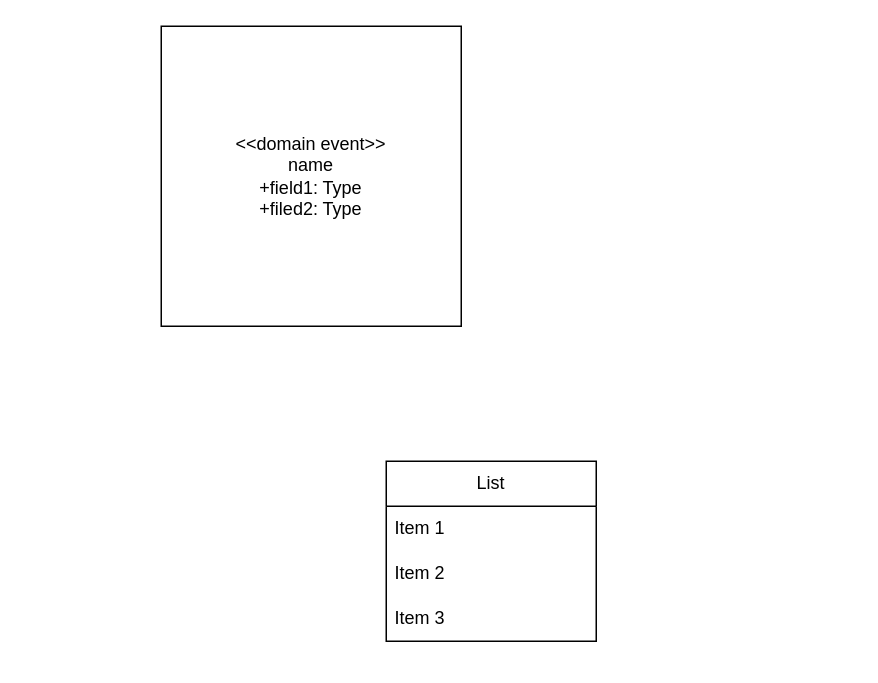
Before: draw/Untitled Diagram.drawio in owen9843owen/draw.io, a draw.io diagram. Source tidied: cells renumbered, new cells numbered last; positions are measured from the earlier drawing's top-left corner, leaving out a move shared by most shapes. Both pictures are drawn from the tidied source at 150%, with x=0, y=0 at pixel (160, 26).
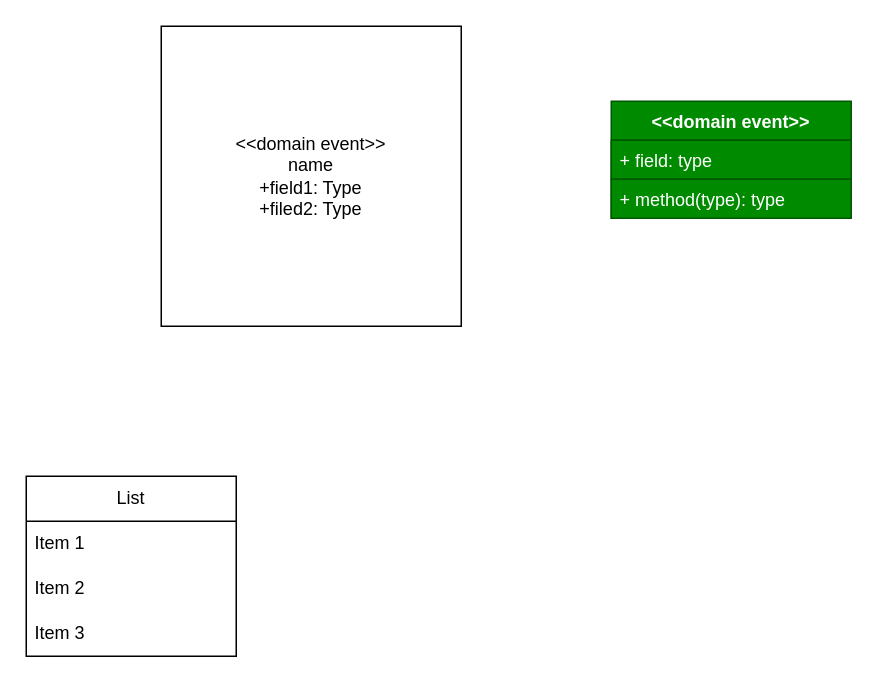
The same page after the edit.

Diff of the diagram source:
```diff
@@
 <mxGraphModel>
   <root>
     <mxCell id="0" />
     <mxCell id="1" parent="0" />
     <mxCell id="2" value="&amp;lt;&amp;lt;domain event&amp;gt;&amp;gt;&lt;br&gt;name&lt;br&gt;+field1: Type&lt;br&gt;+filed2: Type" style="whiteSpace=wrap;html=1;" parent="1" vertex="1">
       <mxGeometry width="200" height="200" as="geometry" />
     </mxCell>
     <mxCell id="3" value="List" style="swimlane;fontStyle=0;horizontal=1;startSize=30;whiteSpace=wrap;html=1;" parent="1" vertex="1">
-      <mxGeometry x="150" y="290" width="140" height="120" as="geometry" />
+      <mxGeometry x="-90" y="300" width="140" height="120" as="geometry" />
     </mxCell>
     <mxCell id="4" value="Item 1" style="text;strokeColor=none;fillColor=none;align=left;verticalAlign=middle;spacingLeft=4;spacingRight=4;overflow=hidden;whiteSpace=wrap;html=1;" parent="3" vertex="1">
       <mxGeometry y="30" width="140" height="30" as="geometry" />
     </mxCell>
     <mxCell id="5" value="Item 2" style="text;strokeColor=none;fillColor=none;align=left;verticalAlign=middle;spacingLeft=4;spacingRight=4;overflow=hidden;whiteSpace=wrap;html=1;" parent="3" vertex="1">
       <mxGeometry y="60" width="140" height="30" as="geometry" />
     </mxCell>
     <mxCell id="6" value="Item 3" style="text;strokeColor=none;fillColor=none;align=left;verticalAlign=middle;spacingLeft=4;spacingRight=4;overflow=hidden;whiteSpace=wrap;html=1;" parent="3" vertex="1">
       <mxGeometry y="90" width="140" height="30" as="geometry" />
     </mxCell>
+    <mxCell id="7" value="&amp;lt;&amp;lt;domain event&amp;gt;&amp;gt;" style="swimlane;fontStyle=1;align=center;verticalAlign=top;horizontal=1;startSize=26;whiteSpace=wrap;html=1;fillColor=#008a00;fontColor=#ffffff;strokeColor=#005700;" parent="1" vertex="1">
+      <mxGeometry x="300" y="50" width="160" height="78" as="geometry" />
+    </mxCell>
+    <mxCell id="8" value="+ field: type" style="text;strokeColor=#005700;fillColor=#008a00;align=left;verticalAlign=top;spacingLeft=4;spacingRight=4;overflow=hidden;whiteSpace=wrap;html=1;fontColor=#ffffff;" parent="7" vertex="1">
+      <mxGeometry y="26" width="160" height="26" as="geometry" />
+    </mxCell>
+    <mxCell id="9" value="+ method(type): type" style="text;strokeColor=#005700;fillColor=#008a00;align=left;verticalAlign=top;spacingLeft=4;spacingRight=4;overflow=hidden;whiteSpace=wrap;html=1;fontColor=#ffffff;" parent="7" vertex="1">
+      <mxGeometry y="52" width="160" height="26" as="geometry" />
+    </mxCell>
   </root>
 </mxGraphModel>
```
